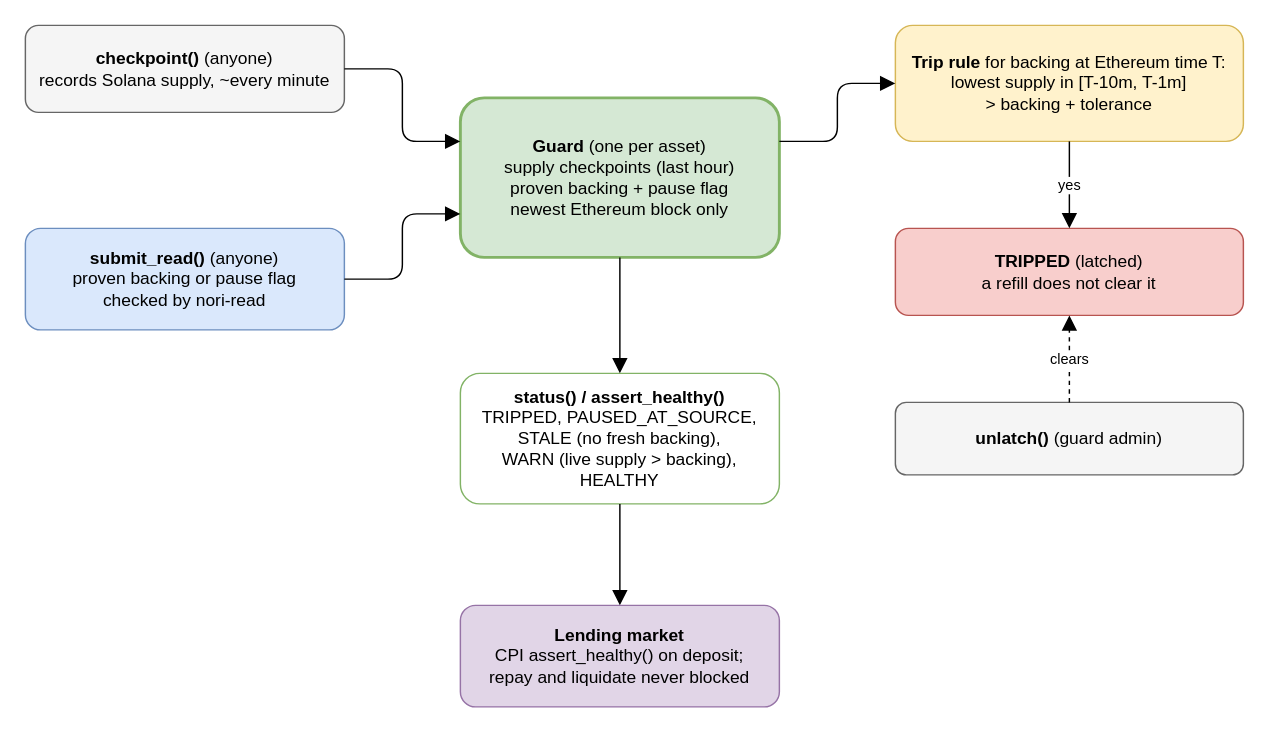
Earlier version of the draw.io diagram docs/backstop-guard.drawio (Nori-zk/nori-worldsfair-submission). Source tidied: cells renumbered, new cells numbered last; positions are measured from the earlier drawing's top-left corner, leaving out a move shared by most shapes. Both pictures are drawn from the tidied source at 145%, with x=0, y=0 at pixel (25, 25).
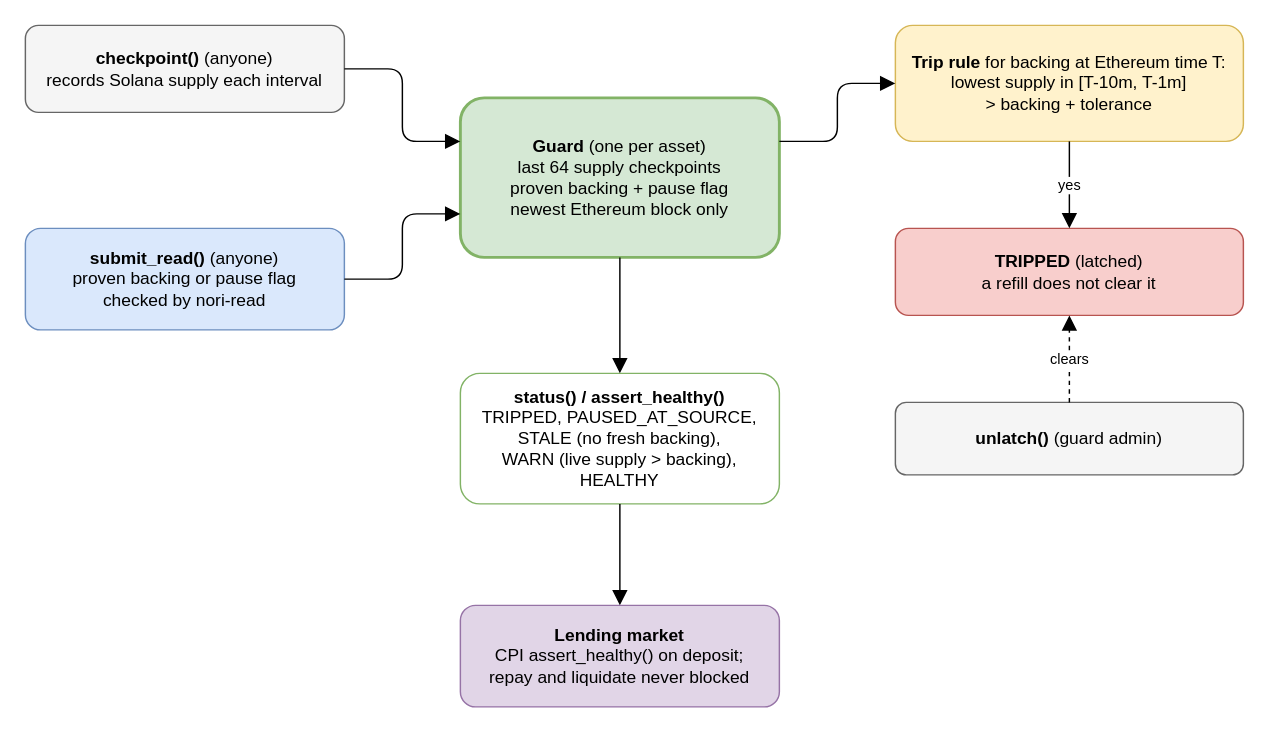
The same diagram, later.

Diff of the diagram source:
```diff
@@
 <mxGraphModel>
   <root>
     <mxCell id="0" />
     <mxCell id="1" parent="0" />
-    <mxCell id="2" value="&lt;b&gt;checkpoint()&lt;/b&gt; (anyone)&lt;br&gt;records Solana supply, ~every minute" style="rounded=1;whiteSpace=wrap;html=1;fillColor=#f5f5f5;strokeColor=#666666;" parent="1" vertex="1">
+    <mxCell id="2" value="&lt;b&gt;checkpoint()&lt;/b&gt; (anyone)&lt;br&gt;records Solana supply each interval" style="rounded=1;whiteSpace=wrap;html=1;fillColor=#f5f5f5;strokeColor=#666666;" parent="1" vertex="1">
       <mxGeometry width="220" height="60" as="geometry" />
     </mxCell>
     <mxCell id="3" value="&lt;b&gt;submit_read()&lt;/b&gt; (anyone)&lt;br&gt;proven backing or pause flag&lt;br&gt;checked by nori-read" style="rounded=1;whiteSpace=wrap;html=1;fillColor=#dae8fc;strokeColor=#6c8ebf;" parent="1" vertex="1">
       <mxGeometry y="140" width="220" height="70" as="geometry" />
     </mxCell>
-    <mxCell id="4" value="&lt;b&gt;Guard&lt;/b&gt; (one per asset)&lt;br&gt;supply checkpoints (last hour)&lt;br&gt;proven backing + pause flag&lt;br&gt;newest Ethereum block only" style="rounded=1;whiteSpace=wrap;html=1;fillColor=#d5e8d4;strokeColor=#82b366;strokeWidth=2;" parent="1" vertex="1">
+    <mxCell id="4" value="&lt;b&gt;Guard&lt;/b&gt; (one per asset)&lt;br&gt;last 64 supply checkpoints&lt;br&gt;proven backing + pause flag&lt;br&gt;newest Ethereum block only" style="rounded=1;whiteSpace=wrap;html=1;fillColor=#d5e8d4;strokeColor=#82b366;strokeWidth=2;" parent="1" vertex="1">
       <mxGeometry x="300" y="50" width="220" height="110" as="geometry" />
     </mxCell>
     <mxCell id="5" value="&lt;b&gt;Trip rule&lt;/b&gt; for backing at Ethereum time T:&lt;br&gt;lowest supply in [T-10m, T-1m]&lt;br&gt;&amp;gt; backing + tolerance" style="rounded=1;whiteSpace=wrap;html=1;fillColor=#fff2cc;strokeColor=#d6b656;" parent="1" vertex="1">
       <mxGeometry x="600" width="240" height="80" as="geometry" />
     </mxCell>
     <mxCell id="6" value="&lt;b&gt;TRIPPED&lt;/b&gt; (latched)&lt;br&gt;a refill does not clear it" style="rounded=1;whiteSpace=wrap;html=1;fillColor=#f8cecc;strokeColor=#b85450;" parent="1" vertex="1">
       <mxGeometry x="600" y="140" width="240" height="60" as="geometry" />
     </mxCell>
     <mxCell id="7" value="&lt;b&gt;unlatch()&lt;/b&gt; (guard admin)" style="rounded=1;whiteSpace=wrap;html=1;fillColor=#f5f5f5;strokeColor=#666666;" parent="1" vertex="1">
       <mxGeometry x="600" y="260" width="240" height="50" as="geometry" />
     </mxCell>
     <mxCell id="8" value="&lt;b&gt;status() / assert_healthy()&lt;/b&gt;&lt;br&gt;TRIPPED, PAUSED_AT_SOURCE,&lt;br&gt;STALE (no fresh backing),&lt;br&gt;WARN (live supply &amp;gt; backing), HEALTHY" style="rounded=1;whiteSpace=wrap;html=1;fillColor=#ffffff;strokeColor=#82b366;" parent="1" vertex="1">
       <mxGeometry x="300" y="240" width="220" height="90" as="geometry" />
     </mxCell>
     <mxCell id="9" value="&lt;b&gt;Lending market&lt;/b&gt;&lt;br&gt;CPI assert_healthy() on deposit;&lt;br&gt;repay and liquidate never blocked" style="rounded=1;whiteSpace=wrap;html=1;fillColor=#e1d5e7;strokeColor=#9673a6;" parent="1" vertex="1">
       <mxGeometry x="300" y="400" width="220" height="70" as="geometry" />
     </mxCell>
     <mxCell id="10" style="edgeStyle=orthogonalEdgeStyle;rounded=1;jettySize=auto;html=1;endArrow=block;endSize=8;exitX=1;exitY=0.5;exitDx=0;exitDy=0;entryX=0;entryY=0.2727;entryDx=0;entryDy=0;" parent="1" edge="1" source="2" target="4">
       <mxGeometry relative="1" as="geometry" />
     </mxCell>
     <mxCell id="11" style="edgeStyle=orthogonalEdgeStyle;rounded=1;jettySize=auto;html=1;endArrow=block;endSize=8;exitX=1;exitY=0.5;exitDx=0;exitDy=0;entryX=0;entryY=0.7273;entryDx=0;entryDy=0;" parent="1" edge="1" source="3" target="4">
       <mxGeometry relative="1" as="geometry" />
     </mxCell>
     <mxCell id="12" style="edgeStyle=orthogonalEdgeStyle;rounded=1;jettySize=auto;html=1;endArrow=block;endSize=8;exitX=1;exitY=0.2727;exitDx=0;exitDy=0;entryX=0;entryY=0.5;entryDx=0;entryDy=0;" parent="1" edge="1" source="4" target="5">
       <mxGeometry relative="1" as="geometry" />
     </mxCell>
     <mxCell id="13" value="yes" style="edgeStyle=orthogonalEdgeStyle;rounded=1;jettySize=auto;html=1;endArrow=block;endSize=8;exitX=0.5;exitY=1;exitDx=0;exitDy=0;entryX=0.5;entryY=0;entryDx=0;entryDy=0;fontSize=10;" parent="1" edge="1" source="5" target="6">
       <mxGeometry relative="1" as="geometry" />
     </mxCell>
     <mxCell id="14" value="clears" style="edgeStyle=orthogonalEdgeStyle;rounded=1;jettySize=auto;html=1;endArrow=block;endSize=8;dashed=1;exitX=0.5;exitY=0;exitDx=0;exitDy=0;entryX=0.5;entryY=1;entryDx=0;entryDy=0;fontSize=10;" parent="1" edge="1" source="7" target="6">
       <mxGeometry relative="1" as="geometry" />
     </mxCell>
     <mxCell id="15" style="edgeStyle=orthogonalEdgeStyle;rounded=1;jettySize=auto;html=1;endArrow=block;endSize=8;exitX=0.5;exitY=1;exitDx=0;exitDy=0;entryX=0.5;entryY=0;entryDx=0;entryDy=0;" parent="1" edge="1" source="4" target="8">
       <mxGeometry relative="1" as="geometry" />
     </mxCell>
     <mxCell id="16" style="edgeStyle=orthogonalEdgeStyle;rounded=1;jettySize=auto;html=1;endArrow=block;endSize=8;exitX=0.5;exitY=1;exitDx=0;exitDy=0;entryX=0.5;entryY=0;entryDx=0;entryDy=0;" parent="1" edge="1" source="8" target="9">
       <mxGeometry relative="1" as="geometry" />
     </mxCell>
   </root>
 </mxGraphModel>
```
